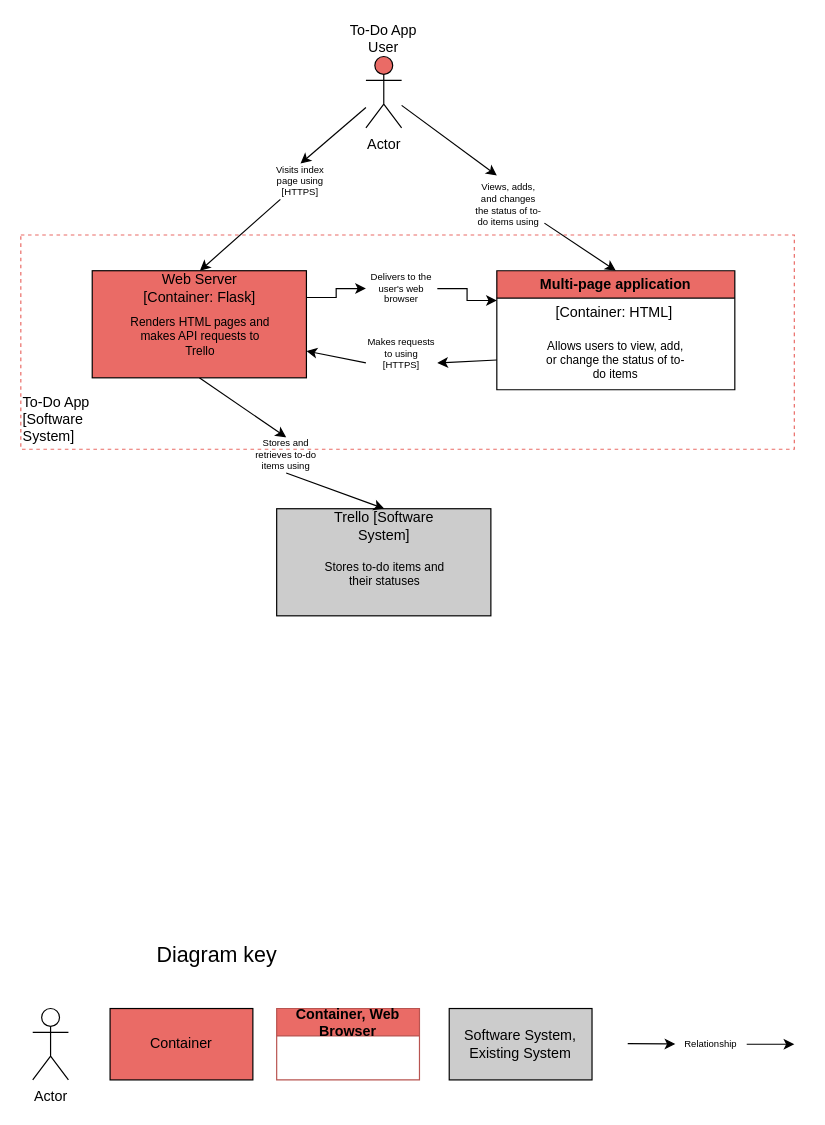
Before: architecture_diagrams/container_diagram.drawio in oscar-richardson-softwire/DevOps-Course-Starter, a draw.io diagram. Source tidied: cells renumbered, new cells numbered last; positions are measured from the earlier drawing's top-left corner, leaving out a move shared by most shapes. Both pictures are drawn from the tidied source at 119%, with x=0, y=0 at pixel (20, 20).
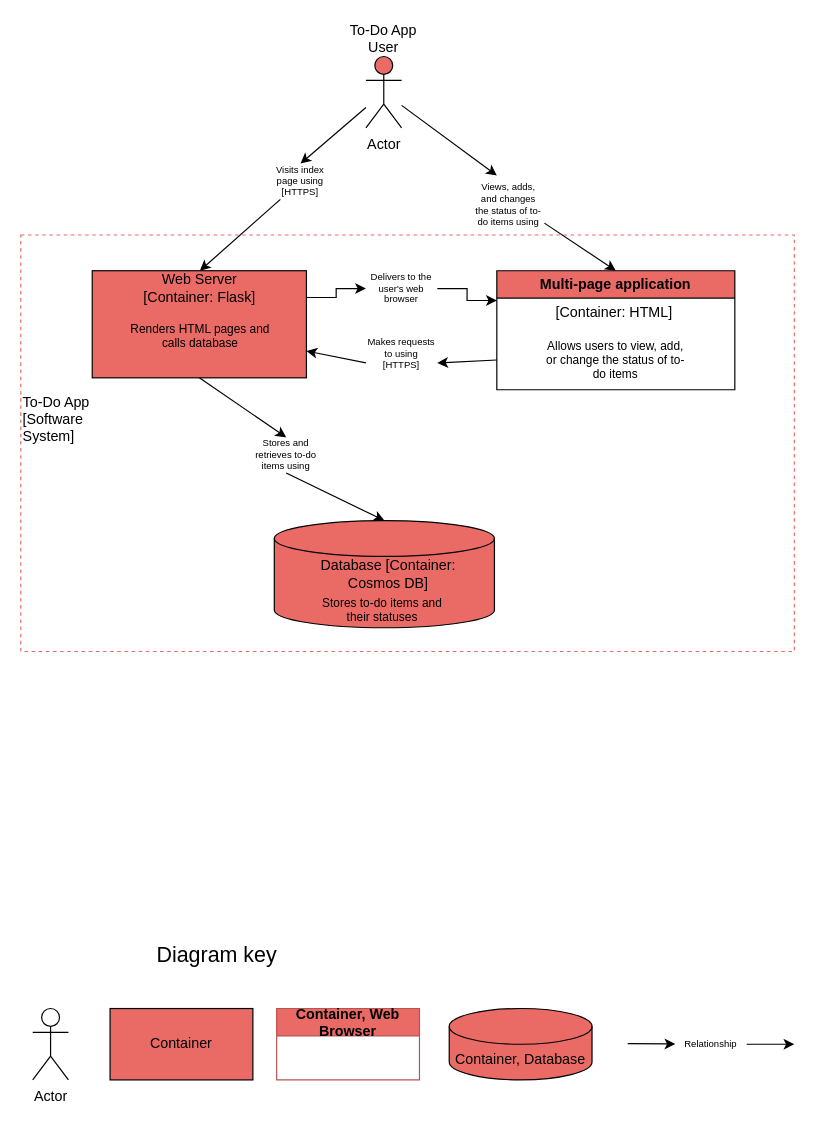
The same page after the edit.

Unchanged cells that the change refers to:
```xml
<mxCell id="13" value="Stores and retrieves to-do items using" style="text;html=1;align=center;verticalAlign=middle;whiteSpace=wrap;rounded=0;fontSize=8;" parent="1" vertex="1">
  <mxGeometry x="193" y="350" width="60" height="30" as="geometry" />
</mxCell>
```

Diff of the diagram source:
```diff
@@
     <mxCell id="3" style="rounded=0;whiteSpace=wrap;html=1;dashed=1;strokeColor=#EA6B66;" parent="1" vertex="1">
-      <mxGeometry y="180" width="650" height="180" as="geometry" />
+      <mxGeometry y="180" width="650" height="350" as="geometry" />
     </mxCell>
@@
-    <mxCell id="8" style="rounded=0;whiteSpace=wrap;html=1;fillColor=#CCCCCC;" parent="1" vertex="1">
-      <mxGeometry x="215" y="410" width="180" height="90" as="geometry" />
-    </mxCell>
-    <mxCell id="9" value="Stores to-do items and their statuses" style="text;html=1;align=center;verticalAlign=middle;whiteSpace=wrap;rounded=0;fontSize=10;" parent="1" vertex="1">
-      <mxGeometry x="245.5" y="450" width="120" height="30" as="geometry" />
-    </mxCell>
-    <mxCell id="10" value="Trello [Software System]" style="text;html=1;align=center;verticalAlign=middle;whiteSpace=wrap;rounded=0;" parent="1" vertex="1">
-      <mxGeometry x="253" y="410" width="105" height="30" as="geometry" />
-    </mxCell>
-    <mxCell id="11" style="endArrow=classic;html=1;rounded=0;exitX=0.5;exitY=1;exitDx=0;exitDy=0;entryX=0.5;entryY=0;entryDx=0;entryDy=0;" parent="1" edge="1" source="13" target="10">
+    <mxCell id="11" style="endArrow=classic;html=1;rounded=0;exitX=0.5;exitY=1;exitDx=0;exitDy=0;entryX=0.5;entryY=0;entryDx=0;entryDy=0;entryPerimeter=0;" parent="1" edge="1" source="13" target="38">
       <mxGeometry relative="1" as="geometry" />
     </mxCell>
@@
-    <mxCell id="15" value="Software System, Existing System" style="rounded=0;whiteSpace=wrap;html=1;fillColor=#CCCCCC;" parent="1" vertex="1">
-      <mxGeometry x="360" y="830" width="120" height="60" as="geometry" />
-    </mxCell>
@@
-    <mxCell id="26" value="Renders HTML pages and makes API requests to Trello" style="text;html=1;align=center;verticalAlign=middle;whiteSpace=wrap;rounded=0;fontSize=10;" parent="1" vertex="1">
+    <mxCell id="26" value="Renders HTML pages and calls database" style="text;html=1;align=center;verticalAlign=middle;whiteSpace=wrap;rounded=0;fontSize=10;" parent="1" vertex="1">
       <mxGeometry x="90.5" y="250" width="120" height="30" as="geometry" />
     </mxCell>
@@
+    <mxCell id="38" style="shape=cylinder3;whiteSpace=wrap;html=1;boundedLbl=1;backgroundOutline=1;size=15;fillColor=#EA6B66;strokeColor=#000000;" parent="1" vertex="1">
+      <mxGeometry x="213" y="420" width="185" height="90" as="geometry" />
+    </mxCell>
@@
+    <mxCell id="9" value="Stores to-do items and their statuses" style="text;html=1;align=center;verticalAlign=middle;whiteSpace=wrap;rounded=0;fontSize=10;" parent="1" vertex="1">
+      <mxGeometry x="243.5" y="480" width="120" height="30" as="geometry" />
+    </mxCell>
+    <mxCell id="10" value="Database [Container: Cosmos DB]" style="text;html=1;align=center;verticalAlign=middle;whiteSpace=wrap;rounded=0;" parent="1" vertex="1">
+      <mxGeometry x="251" y="450" width="116" height="30" as="geometry" />
+    </mxCell>
+    <mxCell id="39" value="Container, Database" style="shape=cylinder3;whiteSpace=wrap;html=1;boundedLbl=1;backgroundOutline=1;size=15;fillColor=#EA6B66;" parent="1" vertex="1">
+      <mxGeometry x="360" y="830" width="120" height="60" as="geometry" />
+    </mxCell>
```
